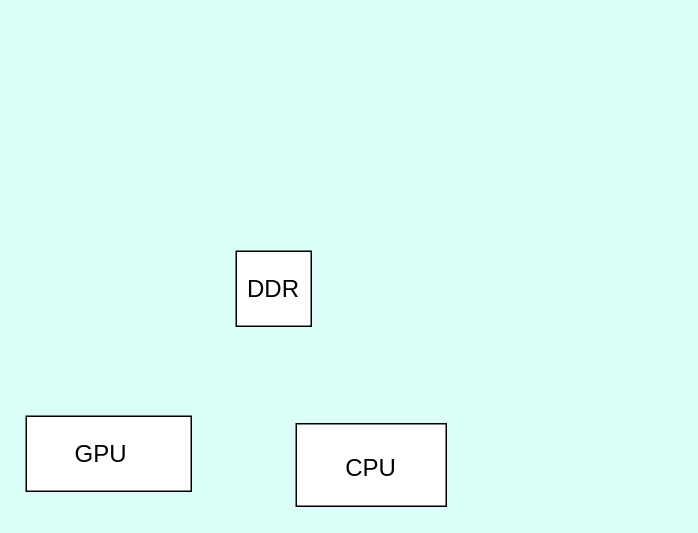
Before: 第一张.drawio in zhuzhu0882/draw_code, a draw.io diagram. Source tidied: cells renumbered, new cells numbered last; positions are measured from the earlier drawing's top-left corner, leaving out a move shared by most shapes. Both pictures are drawn from the tidied source at 150%, with x=0, y=0 at pixel (26, 250).
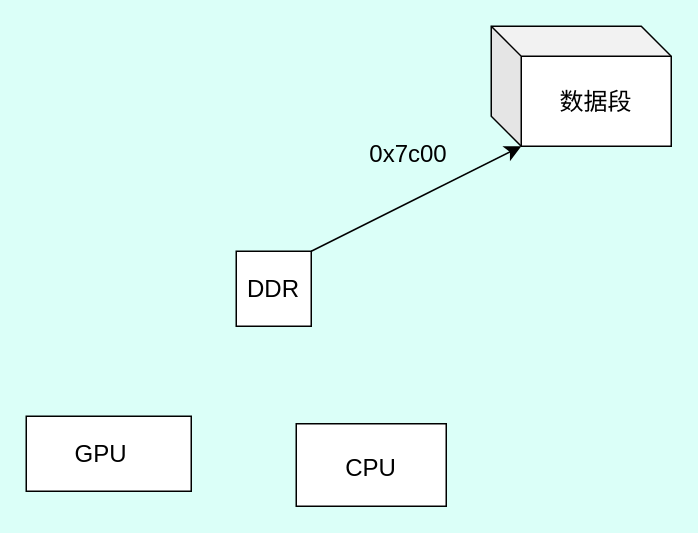
The same page after the edit.

Commit message (it also covers changes not shown here):
更新第一张.drawio

The edit, as a diff of the source:
```diff
@@
 <mxGraphModel background="#DBFFF8">
   <root>
     <mxCell id="0" />
     <mxCell id="1" parent="0" />
     <mxCell id="2" style="rounded=0;whiteSpace=wrap;html=1;fontSize=16;" parent="1" vertex="1">
       <mxGeometry y="110" width="110" height="50" as="geometry" />
     </mxCell>
     <mxCell id="3" value="GPU" style="text;strokeColor=none;fillColor=none;html=1;align=center;verticalAlign=middle;whiteSpace=wrap;rounded=0;fontSize=16;" parent="1" vertex="1">
       <mxGeometry x="20" y="120" width="60" height="30" as="geometry" />
     </mxCell>
     <mxCell id="4" style="rounded=0;whiteSpace=wrap;html=1;fontSize=16;" parent="1" vertex="1">
       <mxGeometry x="180" y="115" width="100" height="55" as="geometry" />
     </mxCell>
     <mxCell id="5" value="CPU" style="text;html=1;strokeColor=none;fillColor=none;align=center;verticalAlign=middle;whiteSpace=wrap;rounded=0;fontSize=16;" parent="1" vertex="1">
       <mxGeometry x="190" y="127.5" width="80" height="32.5" as="geometry" />
     </mxCell>
     <mxCell id="6" style="whiteSpace=wrap;html=1;fontSize=16;" parent="1" vertex="1">
       <mxGeometry x="140" width="50" height="50" as="geometry" />
     </mxCell>
     <mxCell id="7" value="DDR" style="text;html=1;strokeColor=none;fillColor=none;align=center;verticalAlign=middle;whiteSpace=wrap;rounded=0;fontSize=16;" parent="1" vertex="1">
       <mxGeometry x="135" y="10" width="60" height="30" as="geometry" />
     </mxCell>
+    <mxCell id="8" style="endArrow=classic;html=1;rounded=0;fontSize=12;startSize=8;endSize=8;curved=1;exitX=1;exitY=0;exitDx=0;exitDy=0;" parent="1" edge="1" source="6">
+      <mxGeometry relative="1" as="geometry">
+        <mxPoint x="330" y="-70" as="targetPoint" />
+        <Array as="points">
+          <mxPoint x="250" y="-30" />
+        </Array>
+      </mxGeometry>
+    </mxCell>
+    <mxCell id="9" style="shape=cube;whiteSpace=wrap;html=1;boundedLbl=1;backgroundOutline=1;darkOpacity=0.05;darkOpacity2=0.1;fontSize=16;" parent="1" vertex="1">
+      <mxGeometry x="310" y="-150" width="120" height="80" as="geometry" />
+    </mxCell>
+    <mxCell id="10" value="0x7c00" style="text;html=1;strokeColor=none;fillColor=none;align=center;verticalAlign=middle;whiteSpace=wrap;rounded=0;fontSize=16;" parent="1" vertex="1">
+      <mxGeometry x="220" y="-90" width="70" height="50" as="geometry" />
+    </mxCell>
+    <mxCell id="11" value="数据段" style="text;html=1;strokeColor=none;fillColor=none;align=center;verticalAlign=middle;whiteSpace=wrap;rounded=0;fontSize=16;" parent="1" vertex="1">
+      <mxGeometry x="340" y="-120" width="80" height="40" as="geometry" />
+    </mxCell>
   </root>
 </mxGraphModel>
```
